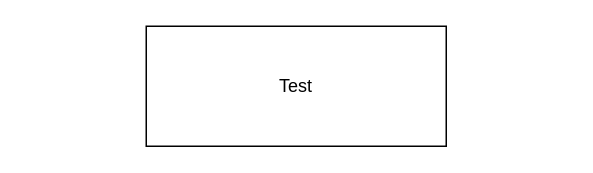
Earlier version of the draw.io diagram 未命名绘图.drawio (NishikiChisato/College_Code). Source tidied: cells renumbered, new cells numbered last; positions are measured from the earlier drawing's top-left corner, leaving out a move shared by most shapes. Both pictures are drawn from the tidied source at 150%, with x=0, y=0 at pixel (146, 26).
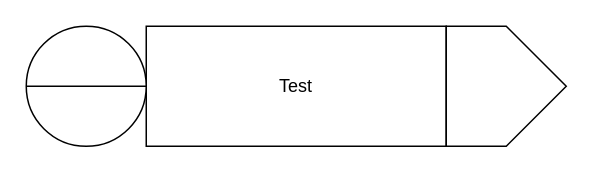
The same diagram, later.

Commit message:
更新未命名绘图.drawio

Diff of the diagram source:
```diff
@@
 <mxGraphModel>
   <root>
     <mxCell id="0" />
     <mxCell id="1" parent="0" />
     <mxCell id="2" value="Test" style="rounded=0;whiteSpace=wrap;html=1;" parent="1" vertex="1">
       <mxGeometry width="200" height="80" as="geometry" />
     </mxCell>
+    <mxCell id="3" style="shape=lineEllipse;perimeter=ellipsePerimeter;whiteSpace=wrap;html=1;backgroundOutline=1;" parent="1" vertex="1">
+      <mxGeometry x="-80" width="80" height="80" as="geometry" />
+    </mxCell>
+    <mxCell id="4" style="shape=offPageConnector;whiteSpace=wrap;html=1;size=0.5;direction=north;" parent="1" vertex="1">
+      <mxGeometry x="200" width="80" height="80" as="geometry" />
+    </mxCell>
   </root>
 </mxGraphModel>
```
